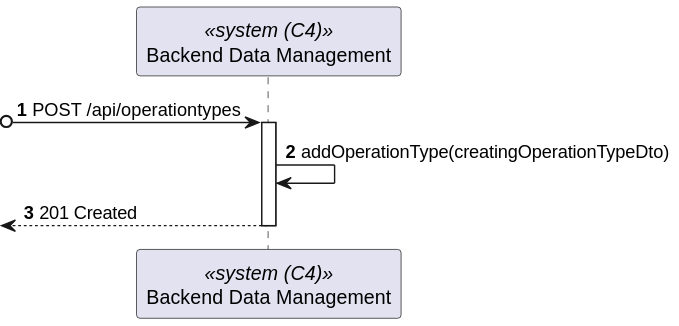
1220846/sem5pi-24-25-3ddg20 keeps this PlantUML diagram as docs/sprint-a/us-5.1.20/views/level2/process-view.svg. Above is the earlier version.
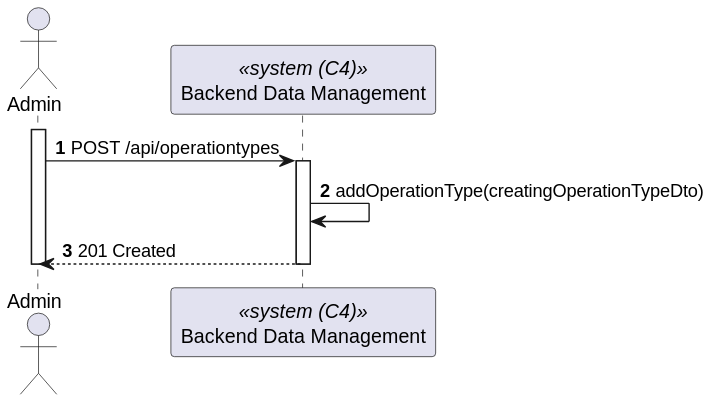
After the change.

Commit message:
docs: fix process-view level 2 and 3 #20

Diff of the diagram source:
```diff
@@ -1,13 +1,18 @@
 @startuml
 autonumber
 
+actor "Admin" as Admin
 participant BackendDataManagement as "Backend Data Management" <<system (C4)>>
 
-?o-> BackendDataManagement : POST /api/operationtypes
-activate BackendDataManagement
+activate Admin
 
-    BackendDataManagement -> BackendDataManagement : addOperationType(creatingOperationTypeDto)
+    Admin-> BackendDataManagement : POST /api/operationtypes
+    activate BackendDataManagement
 
-    <-- BackendDataManagement : 201 Created
-deactivate BackendDataManagement
+        BackendDataManagement -> BackendDataManagement : addOperationType(creatingOperationTypeDto)
+
+        Admin <-- BackendDataManagement : 201 Created
+    deactivate BackendDataManagement
+
+deactivate Admin
 @enduml
```
